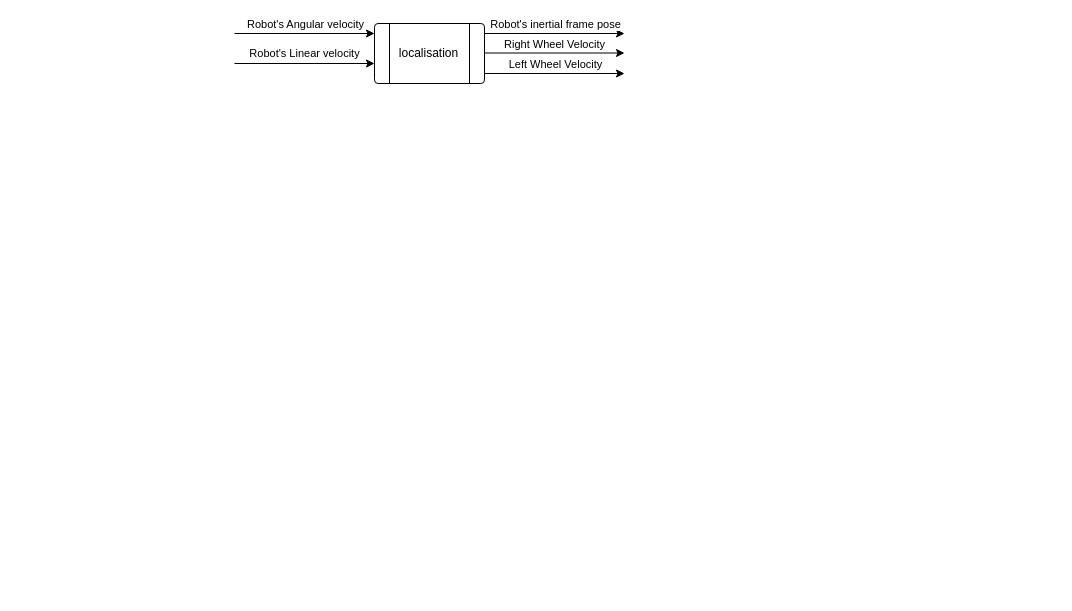
Earlier version of the draw.io diagram page "Stage 2_1" (5 of 7) of Images/MiniChallenge2.drawio (DevasNAI/Electro-Horchatas-Autonomous-Challenge). Source tidied: cells renumbered, new cells numbered last; positions are measured from the earlier drawing's top-left corner, leaving out a move shared by most shapes. Both pictures are drawn from the tidied source at 100%, with x=0, y=0 at pixel (234, 23).
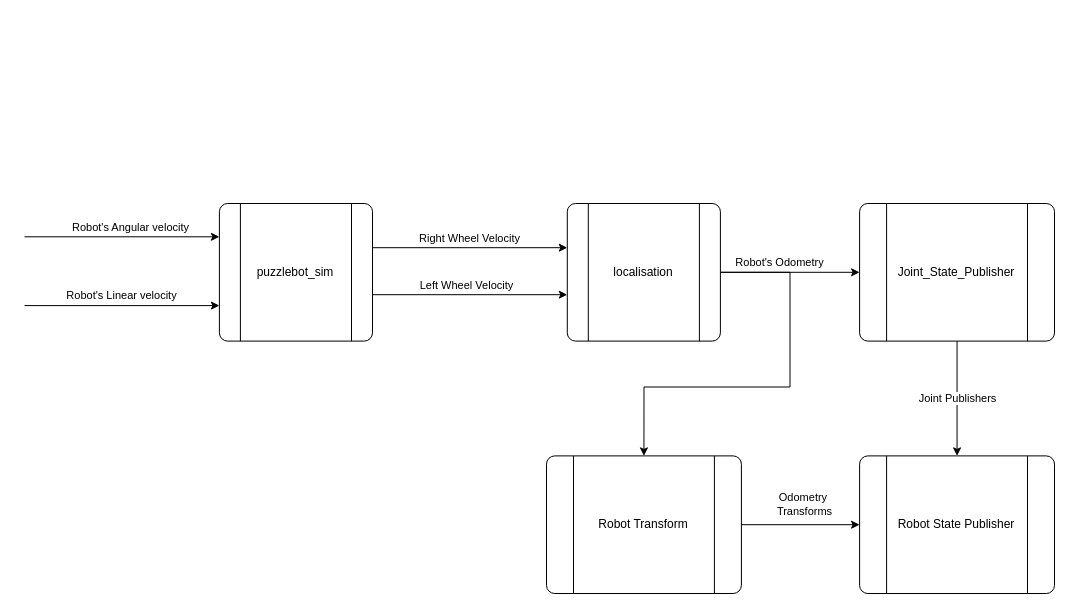
The same diagram, later.

Commit message (it also covers changes not shown here):
Added Block Diagrams for localisation and joint state

Diff of the diagram source:
```diff
@@
-    <mxCell id="2" style="endArrow=classic;html=1;rounded=0;exitX=1;exitY=0.25;exitDx=0;exitDy=0;" parent="1" edge="1">
-      <mxGeometry relative="1" as="geometry">
-        <mxPoint x="250" y="10" as="sourcePoint" />
-        <mxPoint x="390" y="10" as="targetPoint" />
-      </mxGeometry>
-    </mxCell>
-    <mxCell id="3" value="Robot's inertial frame pose" style="edgeLabel;html=1;align=center;verticalAlign=middle;" parent="2" vertex="1">
-      <mxGeometry x="-0.4" relative="1" as="geometry">
-        <mxPoint x="28" y="-10" as="offset" />
-      </mxGeometry>
-    </mxCell>
+    <mxCell id="11" style="group;" parent="1" vertex="1">
+      <mxGeometry x="-210" y="180" width="1030" height="390" as="geometry" />
+    </mxCell>
+    <mxCell id="12" style="edgeStyle=orthogonalEdgeStyle;rounded=0;jettySize=auto;html=1;" parent="11" edge="1" source="5" target="19">
+      <mxGeometry relative="1" as="geometry" />
+    </mxCell>
+    <mxCell id="13" value="Robot's Odometry" style="edgeLabel;html=1;align=center;verticalAlign=middle;" parent="12" vertex="1">
+      <mxGeometry x="-0.4" y="-5" relative="1" as="geometry">
+        <mxPoint x="17" y="-15" as="offset" />
+      </mxGeometry>
+    </mxCell>
+    <mxCell id="14" style="edgeStyle=orthogonalEdgeStyle;rounded=0;jettySize=auto;html=1;entryX=0.5;entryY=0;entryDx=0;entryDy=0;" parent="11" edge="1" source="5" target="21">
+      <mxGeometry relative="1" as="geometry">
+        <Array as="points">
+          <mxPoint x="765.5" y="68.8" />
+          <mxPoint x="765.5" y="183.5" />
+          <mxPoint x="619.4" y="183.5" />
+        </Array>
+      </mxGeometry>
+    </mxCell>
+    <mxCell id="5" value="localisation" style="verticalLabelPosition=middle;verticalAlign=middle;html=1;shape=process;whiteSpace=wrap;rounded=1;size=0.14;arcSize=6;labelPosition=center;align=center;" parent="11" vertex="1">
+      <mxGeometry x="542.8" width="153.1" height="137.6" as="geometry" />
+    </mxCell>
-    <mxCell id="4" value="Right Wheel Velocity" style="endArrow=classic;html=1;rounded=0;exitX=1;exitY=0.25;exitDx=0;exitDy=0;" parent="1" edge="1">
+    <mxCell id="4" value="Right Wheel Velocity" style="endArrow=classic;html=1;rounded=0;exitX=1;exitY=0.25;exitDx=0;exitDy=0;" parent="11" edge="1">
       <mxGeometry y="10" relative="1" as="geometry">
-        <mxPoint x="250" y="29.5" as="sourcePoint" />
-        <mxPoint x="390" y="29.5" as="targetPoint" />
+        <mxPoint x="348" y="44.2" as="sourcePoint" />
+        <mxPoint x="542.8" y="44.2" as="targetPoint" />
         <mxPoint y="1" as="offset" />
       </mxGeometry>
     </mxCell>
-    <mxCell id="5" value="localisation" style="verticalLabelPosition=middle;verticalAlign=middle;html=1;shape=process;whiteSpace=wrap;rounded=1;size=0.14;arcSize=6;labelPosition=center;align=center;" parent="1" vertex="1">
-      <mxGeometry x="140" width="110" height="60" as="geometry" />
-    </mxCell>
-    <mxCell id="6" style="endArrow=classic;html=1;rounded=0;exitX=1;exitY=0.25;exitDx=0;exitDy=0;" parent="1" edge="1">
-      <mxGeometry relative="1" as="geometry">
-        <mxPoint y="10" as="sourcePoint" />
-        <mxPoint x="140" y="10" as="targetPoint" />
-      </mxGeometry>
-    </mxCell>
+    <mxCell id="15" value="puzzlebot_sim" style="verticalLabelPosition=middle;verticalAlign=middle;html=1;shape=process;whiteSpace=wrap;rounded=1;size=0.14;arcSize=6;labelPosition=center;align=center;" parent="11" vertex="1">
+      <mxGeometry x="194.9" width="153.1" height="137.6" as="geometry" />
+    </mxCell>
+    <mxCell id="16" style="endArrow=classic;html=1;rounded=0;exitX=1;exitY=0.25;exitDx=0;exitDy=0;" parent="11" edge="1">
+      <mxGeometry relative="1" as="geometry">
+        <mxPoint y="33.3" as="sourcePoint" />
+        <mxPoint x="194.9" y="33.3" as="targetPoint" />
+      </mxGeometry>
+    </mxCell>
-    <mxCell id="7" value="Robot's Angular velocity" style="edgeLabel;html=1;align=center;verticalAlign=middle;" parent="6" vertex="1">
+    <mxCell id="7" value="Robot's Angular velocity" style="edgeLabel;html=1;align=center;verticalAlign=middle;" parent="16" vertex="1">
       <mxGeometry x="0.27" relative="1" as="geometry">
         <mxPoint x="-19" y="-10" as="offset" />
       </mxGeometry>
     </mxCell>
-    <mxCell id="8" value="Robot's Linear velocity" style="endArrow=classic;html=1;rounded=0;exitX=1;exitY=0.25;exitDx=0;exitDy=0;" parent="1" edge="1">
+    <mxCell id="8" value="Robot's Linear velocity" style="endArrow=classic;html=1;rounded=0;exitX=1;exitY=0.25;exitDx=0;exitDy=0;" parent="11" edge="1">
       <mxGeometry y="10" relative="1" as="geometry">
-        <mxPoint y="40" as="sourcePoint" />
-        <mxPoint x="140" y="40" as="targetPoint" />
+        <mxPoint y="102.1" as="sourcePoint" />
+        <mxPoint x="194.9" y="102.1" as="targetPoint" />
       </mxGeometry>
     </mxCell>
-    <mxCell id="9" style="endArrow=classic;html=1;rounded=0;exitX=1;exitY=0.25;exitDx=0;exitDy=0;" parent="1" edge="1">
-      <mxGeometry relative="1" as="geometry">
-        <mxPoint x="250" y="50" as="sourcePoint" />
-        <mxPoint x="390" y="50" as="targetPoint" />
-      </mxGeometry>
-    </mxCell>
+    <mxCell id="17" style="endArrow=classic;html=1;rounded=0;exitX=1;exitY=0.25;exitDx=0;exitDy=0;" parent="11" edge="1">
+      <mxGeometry relative="1" as="geometry">
+        <mxPoint x="348" y="91.2" as="sourcePoint" />
+        <mxPoint x="542.8" y="91.2" as="targetPoint" />
+      </mxGeometry>
+    </mxCell>
-    <mxCell id="10" value="Left Wheel Velocity" style="edgeLabel;html=1;align=center;verticalAlign=middle;" parent="9" vertex="1">
+    <mxCell id="10" value="Left Wheel Velocity" style="edgeLabel;html=1;align=center;verticalAlign=middle;" parent="17" vertex="1">
       <mxGeometry x="-0.17" y="-1" relative="1" as="geometry">
         <mxPoint x="12" y="-11" as="offset" />
       </mxGeometry>
     </mxCell>
+    <mxCell id="18" value="Joint Publishers" style="edgeStyle=orthogonalEdgeStyle;rounded=0;jettySize=auto;html=1;" parent="11" edge="1" source="19" target="22">
+      <mxGeometry relative="1" as="geometry" />
+    </mxCell>
+    <mxCell id="19" value="Joint_State_Publisher" style="verticalLabelPosition=middle;verticalAlign=middle;html=1;shape=process;whiteSpace=wrap;rounded=1;size=0.14;arcSize=6;labelPosition=center;align=center;" parent="11" vertex="1">
+      <mxGeometry x="835.1" width="194.9" height="137.6" as="geometry" />
+    </mxCell>
+    <mxCell id="20" value="Odometry&amp;nbsp;&lt;div&gt;Transforms&lt;/div&gt;" style="edgeStyle=orthogonalEdgeStyle;rounded=0;jettySize=auto;html=1;" parent="11" edge="1" source="21" target="22">
+      <mxGeometry x="0.06" y="20" relative="1" as="geometry" />
+    </mxCell>
+    <mxCell id="21" value="Robot Transform" style="verticalLabelPosition=middle;verticalAlign=middle;html=1;shape=process;whiteSpace=wrap;rounded=1;size=0.14;arcSize=6;labelPosition=center;align=center;" parent="11" vertex="1">
+      <mxGeometry x="522" y="252.4" width="194.9" height="137.6" as="geometry" />
+    </mxCell>
+    <mxCell id="22" value="Robot State Publisher" style="verticalLabelPosition=middle;verticalAlign=middle;html=1;shape=process;whiteSpace=wrap;rounded=1;size=0.14;arcSize=6;labelPosition=center;align=center;" parent="11" vertex="1">
+      <mxGeometry x="835.1" y="252.4" width="194.9" height="137.6" as="geometry" />
+    </mxCell>
```
